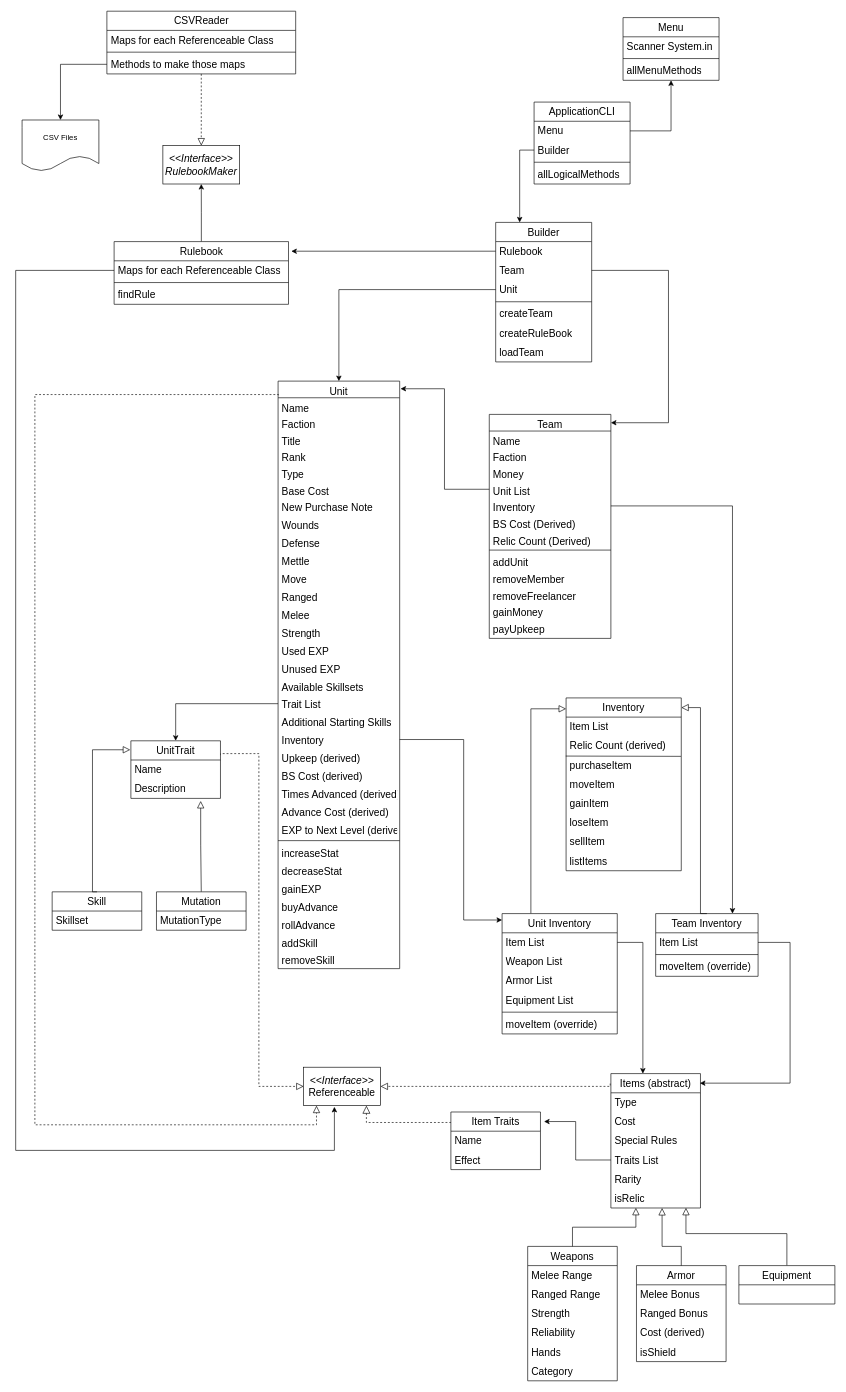
Before: Reference/ClassDiagram/DiagramSave.drawio in kmeadows3/TNT-Builder, a draw.io diagram. Source tidied: cells renumbered, new cells numbered last; positions are measured from the earlier drawing's top-left corner, leaving out a move shared by most shapes. Both pictures are drawn from the tidied source at 64%, with x=0, y=0 at pixel (15, 11).
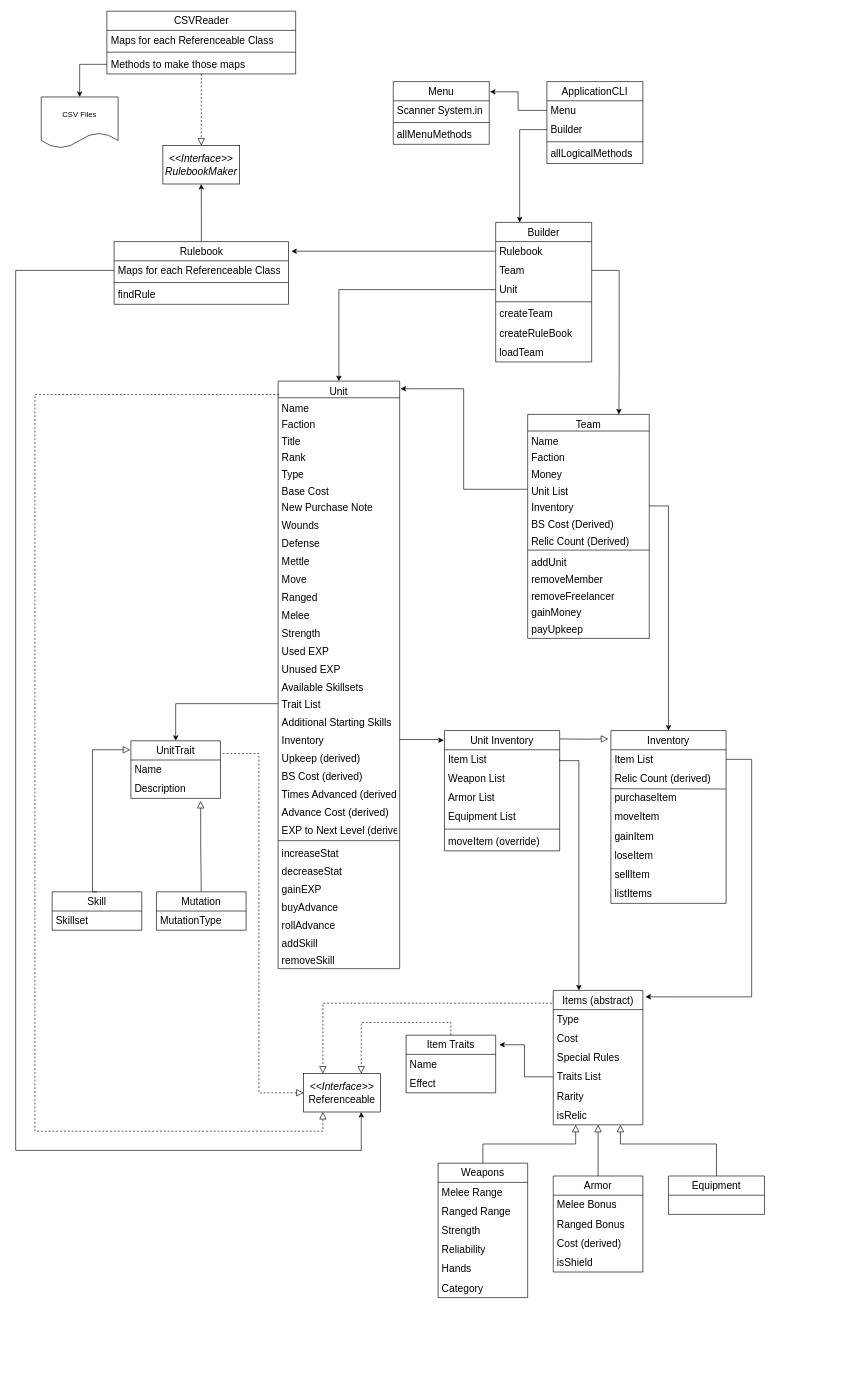
The same page after the edit.

Unchanged cells that the change refers to:
```xml
<mxCell id="2" value="Unit" style="swimlane;fontStyle=0;align=center;verticalAlign=top;horizontal=1;startSize=26;rounded=0;shadow=0;strokeWidth=1;fontSize=16;" parent="1" vertex="1">
  <mxGeometry x="410" y="578" width="190" height="918" as="geometry" />
</mxCell>
<mxCell id="22" value="Inventory" style="text;align=left;verticalAlign=top;spacingLeft=4;spacingRight=4;overflow=hidden;points=[[0,0.5],[1,0.5]];portConstraint=eastwest;fontSize=16;" parent="2" vertex="1">
  <mxGeometry y="546" width="190" height="28" as="geometry" />
</mxCell>
<mxCell id="40" value="Unit List" style="text;align=left;verticalAlign=top;spacingLeft=4;spacingRight=4;overflow=hidden;points=[[0,0.5],[1,0.5]];portConstraint=eastwest;fontSize=16;" parent="36" vertex="1">
  <mxGeometry y="104" width="190" height="26" as="geometry" />
</mxCell>
<mxCell id="41" value="Inventory" style="text;align=left;verticalAlign=top;spacingLeft=4;spacingRight=4;overflow=hidden;points=[[0,0.5],[1,0.5]];portConstraint=eastwest;fontSize=16;" parent="36" vertex="1">
  <mxGeometry y="130" width="190" height="26" as="geometry" />
</mxCell>
<mxCell id="53" value="&lt;div style=&quot;font-size: 16px;&quot;&gt;Item List&lt;/div&gt;" style="text;strokeColor=none;fillColor=none;align=left;verticalAlign=middle;spacingLeft=4;spacingRight=4;overflow=hidden;points=[[0,0.5],[1,0.5]];portConstraint=eastwest;whiteSpace=wrap;html=1;fontSize=16;" parent="52" vertex="1">
  <mxGeometry y="30" width="180" height="30" as="geometry" />
</mxCell>
<mxCell id="64" value="Item List" style="text;strokeColor=none;fillColor=none;align=left;verticalAlign=middle;spacingLeft=4;spacingRight=4;overflow=hidden;points=[[0,0.5],[1,0.5]];portConstraint=eastwest;whiteSpace=wrap;html=1;fontSize=16;" parent="63" vertex="1">
  <mxGeometry y="30" width="180" height="30" as="geometry" />
</mxCell>
<mxCell id="83" value="isRelic" style="text;strokeColor=none;fillColor=none;align=left;verticalAlign=middle;spacingLeft=4;spacingRight=4;overflow=hidden;points=[[0,0.5],[1,0.5]];portConstraint=eastwest;whiteSpace=wrap;html=1;fontSize=16;" parent="77" vertex="1">
  <mxGeometry y="180" width="140" height="30" as="geometry" />
</mxCell>
<mxCell id="109" value="&lt;div&gt;UnitTrait&lt;/div&gt;" style="swimlane;fontStyle=0;horizontal=1;startSize=30;whiteSpace=wrap;html=1;fontSize=16;" parent="1" vertex="1">
  <mxGeometry x="180" y="1140" width="140" height="90" as="geometry" />
</mxCell>
<mxCell id="120" value="Team" style="text;strokeColor=none;fillColor=none;align=left;verticalAlign=middle;spacingLeft=4;spacingRight=4;overflow=hidden;points=[[0,0.5],[1,0.5]];portConstraint=eastwest;whiteSpace=wrap;html=1;fontSize=16;" parent="118" vertex="1">
  <mxGeometry y="60" width="150" height="30" as="geometry" />
</mxCell>
<mxCell id="128" value="Maps for each Referenceable Class" style="text;strokeColor=none;fillColor=none;align=left;verticalAlign=middle;spacingLeft=4;spacingRight=4;overflow=hidden;points=[[0,0.5],[1,0.5]];portConstraint=eastwest;whiteSpace=wrap;html=1;fontSize=16;" parent="127" vertex="1">
  <mxGeometry y="30" width="272.5" height="30" as="geometry" />
</mxCell>
<mxCell id="144" value="Menu" style="text;strokeColor=none;fillColor=none;align=left;verticalAlign=middle;spacingLeft=4;spacingRight=4;overflow=hidden;points=[[0,0.5],[1,0.5]];portConstraint=eastwest;whiteSpace=wrap;html=1;fontSize=16;" parent="143" vertex="1">
  <mxGeometry y="30" width="150" height="30" as="geometry" />
</mxCell>
```

What changed in the source:
```diff
@@
     <mxCell id="36" value="Team" style="swimlane;fontStyle=0;align=center;verticalAlign=top;horizontal=1;startSize=26;rounded=0;shadow=0;strokeWidth=1;fontSize=16;" parent="1" vertex="1">
-      <mxGeometry x="740" y="630" width="190" height="350" as="geometry" />
+      <mxGeometry x="800" y="630" width="190" height="350" as="geometry" />
     </mxCell>
@@
     <mxCell id="50" style="edgeStyle=orthogonalEdgeStyle;rounded=0;jettySize=auto;html=1;fontSize=16;entryX=1.007;entryY=0.013;entryDx=0;entryDy=0;entryPerimeter=0;" parent="1" edge="1" source="40" target="2">
       <mxGeometry relative="1" as="geometry">
         <Array as="points">
-          <mxPoint x="670" y="747" />
-          <mxPoint x="670" y="590" />
+          <mxPoint x="700" y="747" />
+          <mxPoint x="700" y="590" />
         </Array>
       </mxGeometry>
     </mxCell>
-    <mxCell id="51" style="edgeStyle=orthogonalEdgeStyle;rounded=0;jettySize=auto;html=1;exitX=1;exitY=0.5;exitDx=0;exitDy=0;entryX=0.75;entryY=0;entryDx=0;entryDy=0;fontSize=16;" parent="1" edge="1" source="41" target="71">
+    <mxCell id="51" style="edgeStyle=orthogonalEdgeStyle;rounded=0;jettySize=auto;html=1;exitX=1;exitY=0.5;exitDx=0;exitDy=0;entryX=0.5;entryY=0;entryDx=0;entryDy=0;fontSize=16;" parent="1" edge="1" source="41" target="52">
       <mxGeometry relative="1" as="geometry">
         <Array as="points">
-          <mxPoint x="1120" y="773" />
+          <mxPoint x="1020" y="773" />
+          <mxPoint x="1020" y="1124" />
         </Array>
       </mxGeometry>
     </mxCell>
     <mxCell id="52" value="Inventory" style="swimlane;fontStyle=0;horizontal=1;startSize=30;whiteSpace=wrap;html=1;fontSize=16;" parent="1" vertex="1">
-      <mxGeometry x="860" y="1073" width="180" height="270" as="geometry" />
+      <mxGeometry x="930" y="1124" width="180" height="270" as="geometry" />
     </mxCell>
@@
-    <mxCell id="62" style="edgeStyle=orthogonalEdgeStyle;rounded=0;jettySize=auto;html=1;endArrow=block;endFill=0;exitX=0.25;exitY=0;exitDx=0;exitDy=0;endSize=9;fontSize=16;" parent="1" edge="1" source="63" target="52">
+    <mxCell id="62" style="edgeStyle=orthogonalEdgeStyle;rounded=0;jettySize=auto;html=1;endArrow=block;endFill=0;endSize=9;fontSize=16;entryX=-0.022;entryY=0.048;entryDx=0;entryDy=0;entryPerimeter=0;" parent="1" edge="1" target="52">
       <mxGeometry relative="1" as="geometry">
-        <Array as="points">
-          <mxPoint x="805" y="1090" />
-        </Array>
+        <mxPoint x="850" y="1137" as="sourcePoint" />
       </mxGeometry>
     </mxCell>
     <mxCell id="63" value="Unit Inventory" style="swimlane;fontStyle=0;horizontal=1;startSize=30;whiteSpace=wrap;html=1;fontSize=16;" parent="1" vertex="1">
-      <mxGeometry x="760" y="1410" width="180" height="188" as="geometry" />
+      <mxGeometry x="670" y="1124" width="180" height="188" as="geometry" />
     </mxCell>
@@
-    <mxCell id="70" style="edgeStyle=orthogonalEdgeStyle;rounded=0;jettySize=auto;html=1;exitX=1;exitY=0.5;exitDx=0;exitDy=0;fontSize=16;" parent="1" edge="1" source="22" target="63">
+    <mxCell id="70" style="edgeStyle=orthogonalEdgeStyle;rounded=0;jettySize=auto;html=1;exitX=1;exitY=0.5;exitDx=0;exitDy=0;fontSize=16;entryX=-0.006;entryY=0.08;entryDx=0;entryDy=0;entryPerimeter=0;" parent="1" edge="1" source="22" target="63">
       <mxGeometry relative="1" as="geometry">
         <Array as="points">
-          <mxPoint x="700" y="1138" />
-          <mxPoint x="700" y="1420" />
+          <mxPoint x="660" y="1138" />
+          <mxPoint x="660" y="1139" />
         </Array>
       </mxGeometry>
     </mxCell>
-    <mxCell id="71" value="Team Inventory" style="swimlane;fontStyle=0;horizontal=1;startSize=30;whiteSpace=wrap;html=1;fontSize=16;" parent="1" vertex="1">
-      <mxGeometry x="1000" y="1410" width="160" height="98" as="geometry" />
-    </mxCell>
-    <mxCell id="72" value="Item List" style="text;strokeColor=none;fillColor=none;align=left;verticalAlign=middle;spacingLeft=4;spacingRight=4;overflow=hidden;points=[[0,0.5],[1,0.5]];portConstraint=eastwest;whiteSpace=wrap;html=1;fontSize=16;" parent="71" vertex="1">
-      <mxGeometry y="30" width="160" height="30" as="geometry" />
-    </mxCell>
-    <mxCell id="73" style="line;html=1;strokeWidth=1;align=left;verticalAlign=middle;spacingTop=-1;spacingLeft=3;spacingRight=3;labelPosition=right;fontSize=16;" parent="71" vertex="1">
-      <mxGeometry y="60" width="160" height="8" as="geometry" />
-    </mxCell>
-    <mxCell id="74" value="&lt;div style=&quot;font-size: 16px;&quot;&gt;moveItem (override)&lt;br style=&quot;font-size: 16px;&quot;&gt;&lt;/div&gt;" style="text;strokeColor=none;fillColor=none;align=left;verticalAlign=middle;spacingLeft=4;spacingRight=4;overflow=hidden;whiteSpace=wrap;html=1;fontSize=16;" parent="71" vertex="1">
-      <mxGeometry y="68" width="160" height="30" as="geometry" />
-    </mxCell>
-    <mxCell id="75" style="edgeStyle=orthogonalEdgeStyle;rounded=0;jettySize=auto;html=1;exitX=0.5;exitY=0;exitDx=0;exitDy=0;endArrow=block;endFill=0;entryX=1;entryY=0.056;entryDx=0;entryDy=0;entryPerimeter=0;endSize=9;fontSize=16;" parent="1" edge="1" source="71" target="52">
-      <mxGeometry relative="1" as="geometry">
-        <Array as="points">
-          <mxPoint x="1070" y="1088" />
-        </Array>
-      </mxGeometry>
-    </mxCell>
-    <mxCell id="76" style="edgeStyle=orthogonalEdgeStyle;rounded=0;jettySize=auto;html=1;exitX=-0.007;exitY=0.074;exitDx=0;exitDy=0;entryX=1;entryY=0.5;entryDx=0;entryDy=0;dashed=1;endArrow=block;endFill=0;endSize=9;exitPerimeter=0;fontSize=16;" parent="1" edge="1" source="77" target="113">
+    <mxCell id="76" style="edgeStyle=orthogonalEdgeStyle;rounded=0;jettySize=auto;html=1;exitX=0;exitY=0.048;exitDx=0;exitDy=0;dashed=1;endArrow=block;endFill=0;endSize=9;exitPerimeter=0;fontSize=16;entryX=0.25;entryY=0;entryDx=0;entryDy=0;" parent="1" edge="1" source="77" target="113">
       <mxGeometry relative="1" as="geometry">
         <Array as="points">
-          <mxPoint x="929" y="1680" />
+          <mxPoint x="840" y="1550" />
+          <mxPoint x="480" y="1550" />
         </Array>
       </mxGeometry>
     </mxCell>
     <mxCell id="77" value="Items (abstract)" style="swimlane;fontStyle=0;horizontal=1;startSize=30;whiteSpace=wrap;html=1;fontSize=16;" parent="1" vertex="1">
-      <mxGeometry x="930" y="1660" width="140" height="210" as="geometry" />
+      <mxGeometry x="840" y="1530" width="140" height="210" as="geometry" />
     </mxCell>
@@
-    <mxCell id="84" style="edgeStyle=orthogonalEdgeStyle;rounded=0;jettySize=auto;html=1;exitX=0.5;exitY=0;exitDx=0;exitDy=0;endArrow=block;endFill=0;entryX=0.838;entryY=0.99;entryDx=0;entryDy=0;entryPerimeter=0;endSize=9;fontSize=16;" parent="1" edge="1" source="85" target="83">
+    <mxCell id="84" style="edgeStyle=orthogonalEdgeStyle;rounded=0;jettySize=auto;html=1;exitX=0.5;exitY=0;exitDx=0;exitDy=0;endArrow=block;endFill=0;endSize=9;fontSize=16;entryX=0.75;entryY=1;entryDx=0;entryDy=0;" parent="1" edge="1" source="85" target="77">
       <mxGeometry relative="1" as="geometry">
         <Array as="points">
-          <mxPoint x="1205" y="1910" />
-          <mxPoint x="1047" y="1910" />
+          <mxPoint x="1095" y="1770" />
+          <mxPoint x="945" y="1770" />
         </Array>
       </mxGeometry>
     </mxCell>
     <mxCell id="85" value="Equipment" style="swimlane;fontStyle=0;horizontal=1;startSize=30;whiteSpace=wrap;html=1;fontSize=16;" parent="1" vertex="1">
-      <mxGeometry x="1130" y="1960" width="150" height="60" as="geometry" />
+      <mxGeometry x="1020" y="1820" width="150" height="60" as="geometry" />
     </mxCell>
     <mxCell id="86" value="Armor" style="swimlane;fontStyle=0;horizontal=1;startSize=30;whiteSpace=wrap;html=1;fontSize=16;" parent="1" vertex="1">
-      <mxGeometry x="970" y="1960" width="140" height="150" as="geometry" />
+      <mxGeometry x="840" y="1820" width="140" height="150" as="geometry" />
     </mxCell>
@@
-    <mxCell id="91" style="edgeStyle=orthogonalEdgeStyle;rounded=0;jettySize=auto;html=1;endArrow=block;endFill=0;exitX=0.5;exitY=0;exitDx=0;exitDy=0;endSize=9;fontSize=16;" parent="1" edge="1" source="86" target="83">
+    <mxCell id="91" style="edgeStyle=orthogonalEdgeStyle;rounded=0;jettySize=auto;html=1;endArrow=block;endFill=0;exitX=0.5;exitY=0;exitDx=0;exitDy=0;endSize=9;fontSize=16;entryX=0.5;entryY=1;entryDx=0;entryDy=0;" parent="1" edge="1" source="86" target="77">
       <mxGeometry relative="1" as="geometry">
         <Array as="points">
-          <mxPoint x="1040" y="1930" />
-          <mxPoint x="1010" y="1930" />
+          <mxPoint x="910" y="1800" />
+          <mxPoint x="910" y="1800" />
         </Array>
       </mxGeometry>
     </mxCell>
     <mxCell id="92" value="Weapons" style="swimlane;fontStyle=0;horizontal=1;startSize=30;whiteSpace=wrap;html=1;fontSize=16;" parent="1" vertex="1">
-      <mxGeometry x="800" y="1930" width="140" height="210" as="geometry" />
+      <mxGeometry x="660" y="1800" width="140" height="210" as="geometry" />
     </mxCell>
@@
-    <mxCell id="99" style="edgeStyle=orthogonalEdgeStyle;rounded=0;jettySize=auto;html=1;entryX=0.279;entryY=0.99;entryDx=0;entryDy=0;entryPerimeter=0;endArrow=block;endFill=0;endSize=9;fontSize=16;" parent="1" edge="1" source="92" target="83">
+    <mxCell id="99" style="edgeStyle=orthogonalEdgeStyle;rounded=0;jettySize=auto;html=1;endArrow=block;endFill=0;endSize=9;fontSize=16;entryX=0.25;entryY=1;entryDx=0;entryDy=0;exitX=0.5;exitY=0;exitDx=0;exitDy=0;" parent="1" edge="1" source="92" target="77">
       <mxGeometry relative="1" as="geometry" />
     </mxCell>
-    <mxCell id="100" style="edgeStyle=orthogonalEdgeStyle;rounded=0;jettySize=auto;html=1;entryX=0.993;entryY=0.071;entryDx=0;entryDy=0;entryPerimeter=0;exitX=1;exitY=0.5;exitDx=0;exitDy=0;fontSize=16;" parent="1" edge="1" source="72" target="77">
+    <mxCell id="100" style="edgeStyle=orthogonalEdgeStyle;rounded=0;jettySize=auto;html=1;exitX=1;exitY=0.5;exitDx=0;exitDy=0;fontSize=16;entryX=1.029;entryY=0.048;entryDx=0;entryDy=0;entryPerimeter=0;" parent="1" edge="1" source="53" target="77">
       <mxGeometry relative="1" as="geometry">
         <Array as="points">
-          <mxPoint x="1210" y="1455" />
-          <mxPoint x="1210" y="1675" />
+          <mxPoint x="1150" y="1169" />
+          <mxPoint x="1150" y="1540" />
         </Array>
       </mxGeometry>
     </mxCell>
-    <mxCell id="101" style="edgeStyle=orthogonalEdgeStyle;rounded=0;jettySize=auto;html=1;exitX=1;exitY=0.5;exitDx=0;exitDy=0;fontSize=16;" parent="1" edge="1" source="64" target="77">
+    <mxCell id="101" style="edgeStyle=orthogonalEdgeStyle;rounded=0;jettySize=auto;html=1;exitX=1;exitY=0.5;exitDx=0;exitDy=0;fontSize=16;" parent="1" edge="1" source="64">
       <mxGeometry relative="1" as="geometry">
+        <mxPoint x="880" y="1530" as="targetPoint" />
         <Array as="points">
-          <mxPoint x="980" y="1455" />
+          <mxPoint x="850" y="1171" />
+          <mxPoint x="880" y="1171" />
+          <mxPoint x="880" y="1530" />
         </Array>
       </mxGeometry>
     </mxCell>
-    <mxCell id="102" style="edgeStyle=orthogonalEdgeStyle;rounded=0;jettySize=auto;html=1;entryX=0.817;entryY=1;entryDx=0;entryDy=0;dashed=1;endArrow=block;endFill=0;endSize=10;exitX=0.004;exitY=0.182;exitDx=0;exitDy=0;exitPerimeter=0;fontSize=16;entryPerimeter=0;" parent="1" edge="1" source="103" target="113">
+    <mxCell id="102" style="edgeStyle=orthogonalEdgeStyle;rounded=0;jettySize=auto;html=1;dashed=1;endArrow=block;endFill=0;endSize=9;exitX=0.5;exitY=0;exitDx=0;exitDy=0;fontSize=16;entryX=0.75;entryY=0;entryDx=0;entryDy=0;" parent="1" edge="1" source="103" target="113">
       <mxGeometry relative="1" as="geometry" />
     </mxCell>
     <mxCell id="103" value="Item Traits" style="swimlane;fontStyle=0;horizontal=1;startSize=30;whiteSpace=wrap;html=1;fontSize=16;" parent="1" vertex="1">
-      <mxGeometry x="680" y="1720" width="140" height="90" as="geometry" />
+      <mxGeometry x="610" y="1600" width="140" height="90" as="geometry" />
     </mxCell>
@@
     <mxCell id="107" style="edgeStyle=orthogonalEdgeStyle;rounded=0;jettySize=auto;html=1;exitX=1;exitY=0.25;exitDx=0;exitDy=0;entryX=0;entryY=0.5;entryDx=0;entryDy=0;dashed=1;endArrow=block;endFill=0;endSize=9;fontSize=16;" parent="1" edge="1" source="109" target="113">
       <mxGeometry relative="1" as="geometry">
         <Array as="points">
           <mxPoint x="320" y="1160" />
           <mxPoint x="380" y="1160" />
-          <mxPoint x="380" y="1680" />
+          <mxPoint x="380" y="1690" />
         </Array>
       </mxGeometry>
     </mxCell>
@@
     <mxCell id="113" value="&lt;i style=&quot;font-size: 16px;&quot;&gt;&amp;lt;&amp;lt;Interface&amp;gt;&amp;gt;&lt;br style=&quot;font-size: 16px;&quot;&gt;&lt;/i&gt;Referenceable" style="rounded=0;whiteSpace=wrap;html=1;fontSize=16;" parent="1" vertex="1">
-      <mxGeometry x="450" y="1650" width="120" height="60" as="geometry" />
+      <mxGeometry x="450" y="1660" width="120" height="60" as="geometry" />
     </mxCell>
-    <mxCell id="114" style="edgeStyle=orthogonalEdgeStyle;rounded=0;jettySize=auto;html=1;dashed=1;endArrow=block;endFill=0;endSize=9;fontSize=16;exitX=0.003;exitY=0.024;exitDx=0;exitDy=0;exitPerimeter=0;entryX=0.167;entryY=1;entryDx=0;entryDy=0;entryPerimeter=0;" parent="1" edge="1" source="2" target="113">
+    <mxCell id="114" style="edgeStyle=orthogonalEdgeStyle;rounded=0;jettySize=auto;html=1;dashed=1;endArrow=block;endFill=0;endSize=9;fontSize=16;exitX=0.003;exitY=0.024;exitDx=0;exitDy=0;exitPerimeter=0;entryX=0.25;entryY=1;entryDx=0;entryDy=0;" parent="1" edge="1" source="2" target="113">
       <mxGeometry relative="1" as="geometry">
         <Array as="points">
           <mxPoint x="411" y="599" />
           <mxPoint x="30" y="599" />
-          <mxPoint x="30" y="1740" />
-          <mxPoint x="470" y="1740" />
+          <mxPoint x="30" y="1750" />
+          <mxPoint x="480" y="1750" />
         </Array>
       </mxGeometry>
     </mxCell>
-    <mxCell id="115" style="edgeStyle=orthogonalEdgeStyle;rounded=0;jettySize=auto;html=1;exitX=1;exitY=0.5;exitDx=0;exitDy=0;fontSize=16;" parent="1" edge="1" source="120">
+    <mxCell id="115" style="edgeStyle=orthogonalEdgeStyle;rounded=0;jettySize=auto;html=1;exitX=1;exitY=0.5;exitDx=0;exitDy=0;fontSize=16;entryX=0.75;entryY=0;entryDx=0;entryDy=0;" parent="1" edge="1" source="120" target="36">
       <mxGeometry relative="1" as="geometry">
-        <mxPoint x="930" y="643" as="targetPoint" />
         <Array as="points">
-          <mxPoint x="1020" y="405" />
-          <mxPoint x="1020" y="643" />
+          <mxPoint x="943" y="405" />
+          <mxPoint x="943" y="560" />
         </Array>
       </mxGeometry>
     </mxCell>
@@
-    <mxCell id="117" style="edgeStyle=orthogonalEdgeStyle;rounded=0;jettySize=auto;html=1;fontSize=16;exitX=1;exitY=0.5;exitDx=0;exitDy=0;" parent="1" edge="1" source="144" target="131">
+    <mxCell id="117" style="edgeStyle=orthogonalEdgeStyle;rounded=0;jettySize=auto;html=1;fontSize=16;exitX=0;exitY=0.5;exitDx=0;exitDy=0;entryX=1.007;entryY=0.163;entryDx=0;entryDy=0;entryPerimeter=0;" parent="1" edge="1" source="144" target="131">
       <mxGeometry relative="1" as="geometry" />
     </mxCell>
@@
     <mxCell id="131" value="Menu" style="swimlane;fontStyle=0;horizontal=1;startSize=30;whiteSpace=wrap;html=1;fontSize=16;" parent="1" vertex="1">
-      <mxGeometry x="949" y="10" width="150" height="98" as="geometry" />
+      <mxGeometry x="590" y="110" width="150" height="98" as="geometry" />
     </mxCell>
@@
-    <mxCell id="135" style="edgeStyle=orthogonalEdgeStyle;rounded=0;jettySize=auto;html=1;fontSize=16;exitX=0;exitY=0.5;exitDx=0;exitDy=0;entryX=0.4;entryY=1.033;entryDx=0;entryDy=0;entryPerimeter=0;" parent="1" edge="1" source="128" target="113">
+    <mxCell id="135" style="edgeStyle=orthogonalEdgeStyle;rounded=0;jettySize=auto;html=1;fontSize=16;exitX=0;exitY=0.5;exitDx=0;exitDy=0;entryX=0.75;entryY=1;entryDx=0;entryDy=0;" parent="1" edge="1" source="128" target="113">
       <mxGeometry relative="1" as="geometry">
         <Array as="points">
           <mxPoint y="405" />
           <mxPoint y="1780" />
-          <mxPoint x="498" y="1780" />
+          <mxPoint x="540" y="1780" />
         </Array>
       </mxGeometry>
     </mxCell>
@@
     <mxCell id="143" value="ApplicationCLI" style="swimlane;fontStyle=0;horizontal=1;startSize=30;whiteSpace=wrap;html=1;fontSize=16;" parent="1" vertex="1">
-      <mxGeometry x="810" y="142" width="150" height="128" as="geometry" />
+      <mxGeometry x="830" y="110" width="150" height="128" as="geometry" />
     </mxCell>
@@
     <mxCell id="155" value="CSV Files" style="shape=document;whiteSpace=wrap;html=1;boundedLbl=1;" parent="1" vertex="1">
-      <mxGeometry x="10" y="170" width="120" height="80" as="geometry" />
+      <mxGeometry x="40" y="134" width="120" height="80" as="geometry" />
     </mxCell>
```
